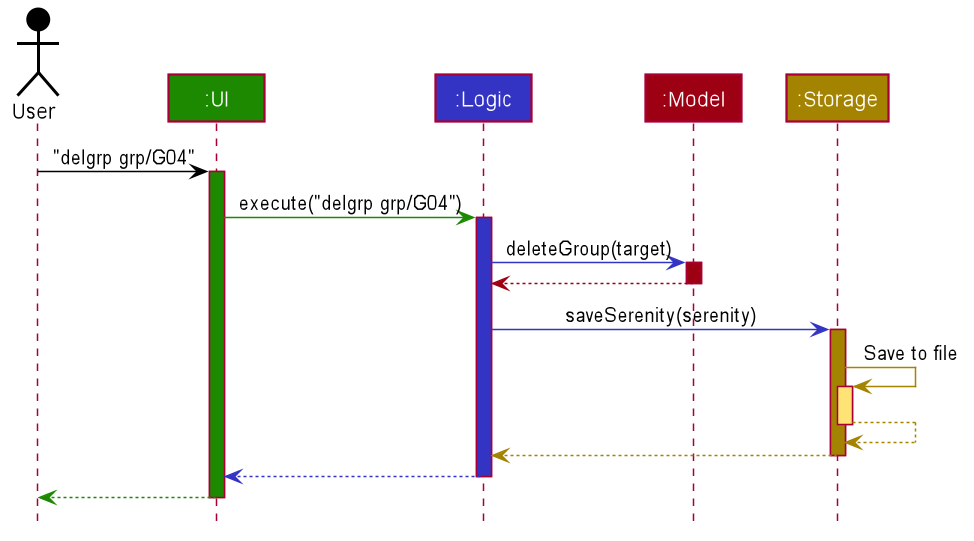
The PlantUML diagram docs/images/ArchitectureSequenceDiagram.png in xinyee20/tp, before a commit. Its source is kept beside it as docs/diagrams/ArchitectureSequenceDiagram.puml. Source of this version:
```plantuml
@startuml
!include style.puml

Actor User as user USER_COLOR
Participant ":UI" as ui UI_COLOR
Participant ":Logic" as logic LOGIC_COLOR
Participant ":Model" as model MODEL_COLOR
Participant ":Storage" as storage STORAGE_COLOR

user -[USER_COLOR]> ui : "delgrp grp/G04"
activate ui UI_COLOR

ui -[UI_COLOR]> logic : execute("delgrp grp/G04")
activate logic LOGIC_COLOR

logic -[LOGIC_COLOR]> model : deleteGroup(target)
activate model MODEL_COLOR

model -[MODEL_COLOR]-> logic
deactivate model

logic -[LOGIC_COLOR]> storage : saveSerenity(serenity)
activate storage STORAGE_COLOR

storage -[STORAGE_COLOR]> storage : Save to file
activate storage STORAGE_COLOR_T1
storage --[STORAGE_COLOR]> storage
deactivate storage

storage --[STORAGE_COLOR]> logic
deactivate storage

logic --[LOGIC_COLOR]> ui
deactivate logic

ui--[UI_COLOR]> user
deactivate ui
@enduml
```
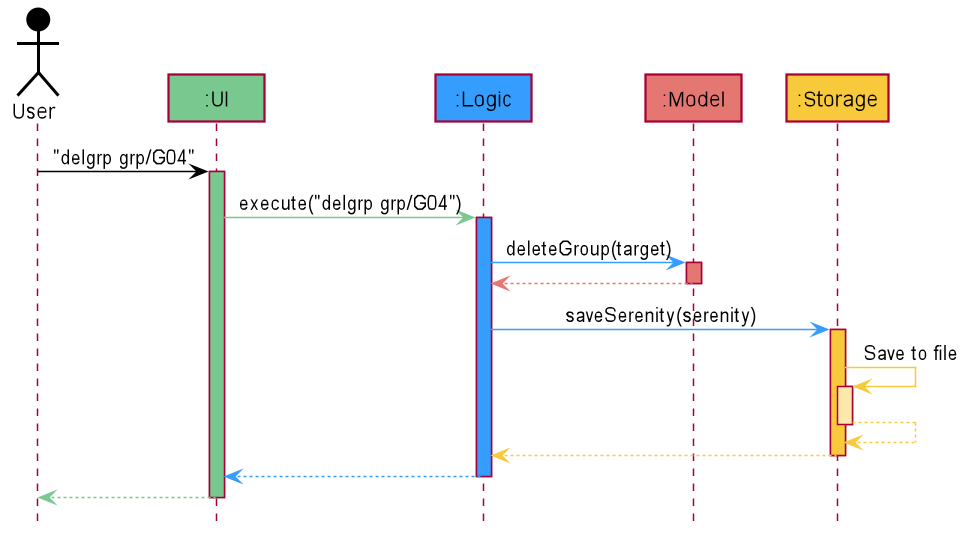
Above is the later version.

What changed in the source:
```diff
@@ -1,38 +1,40 @@
 @startuml
 !include style.puml
+skinparam ActorFontColor black
+
 
 Actor User as user USER_COLOR
-Participant ":UI" as ui UI_COLOR
-Participant ":Logic" as logic LOGIC_COLOR
-Participant ":Model" as model MODEL_COLOR
-Participant ":Storage" as storage STORAGE_COLOR
+Participant ":UI" as ui UI_COLOR_T1
+Participant ":Logic" as logic LOGIC_COLOR_T1
+Participant ":Model" as model MODEL_COLOR_T1
+Participant ":Storage" as storage STORAGE_COLOR_T1
 
 user -[USER_COLOR]> ui : "delgrp grp/G04"
-activate ui UI_COLOR
+activate ui UI_COLOR_T1
 
-ui -[UI_COLOR]> logic : execute("delgrp grp/G04")
-activate logic LOGIC_COLOR
+ui -[UI_COLOR_T1]> logic : execute("delgrp grp/G04")
+activate logic LOGIC_COLOR_T1
 
-logic -[LOGIC_COLOR]> model : deleteGroup(target)
-activate model MODEL_COLOR
+logic -[LOGIC_COLOR_T1]> model : deleteGroup(target)
+activate model MODEL_COLOR_T1
 
-model -[MODEL_COLOR]-> logic
+model -[MODEL_COLOR_T1]-> logic
 deactivate model
 
-logic -[LOGIC_COLOR]> storage : saveSerenity(serenity)
+logic -[LOGIC_COLOR_T1]> storage : saveSerenity(serenity)
+activate storage STORAGE_COLOR_T1
+
+storage -[STORAGE_COLOR_T1]> storage : Save to file
 activate storage STORAGE_COLOR
-
-storage -[STORAGE_COLOR]> storage : Save to file
-activate storage STORAGE_COLOR_T1
-storage --[STORAGE_COLOR]> storage
+storage --[STORAGE_COLOR_T1]> storage
 deactivate storage
 
-storage --[STORAGE_COLOR]> logic
+storage --[STORAGE_COLOR_T1]> logic
 deactivate storage
 
-logic --[LOGIC_COLOR]> ui
+logic --[LOGIC_COLOR_T1]> ui
 deactivate logic
 
-ui--[UI_COLOR]> user
+ui--[UI_COLOR_T1]> user
 deactivate ui
 @enduml
```
